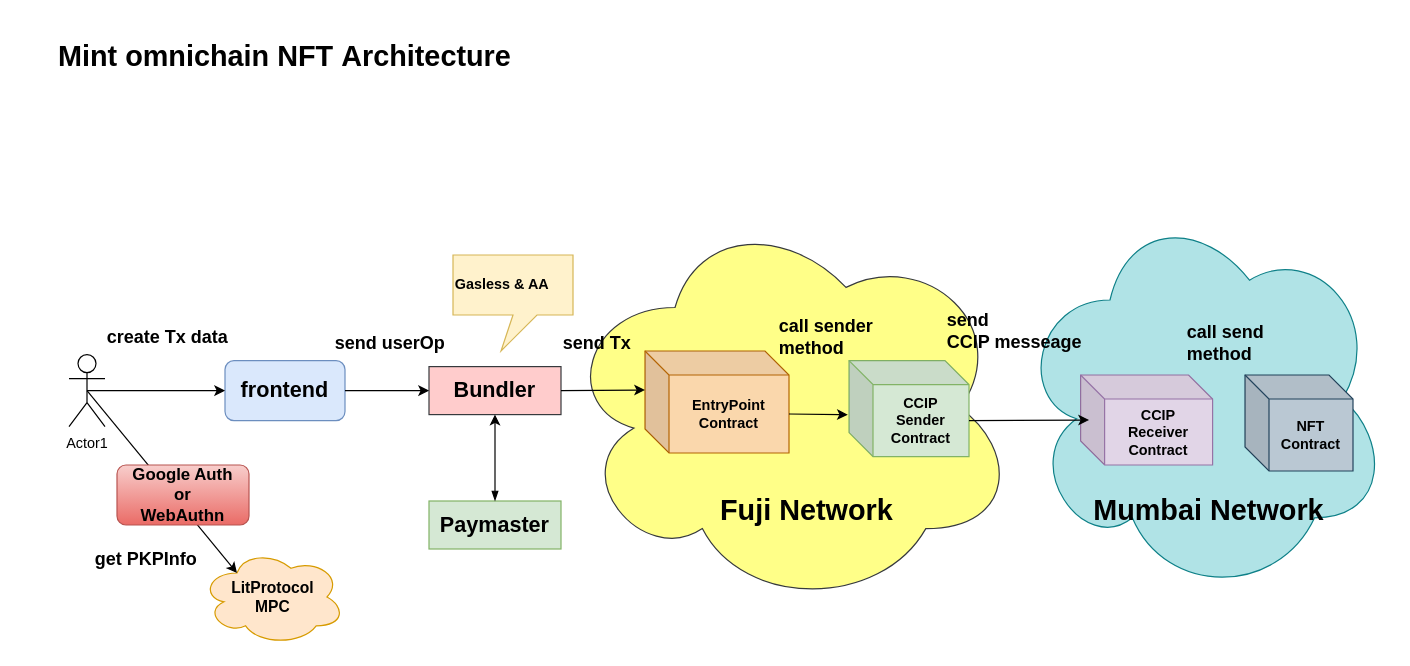
Before: page "CrossMintNFT" (4 of 4) of assets/frkt.drawio in yujiym/frkt, a draw.io diagram. Source tidied: cells renumbered, new cells numbered last; positions are measured from the earlier drawing's top-left corner, leaving out a move shared by most shapes. Both pictures are drawn from the tidied source at 120%, with x=0, y=0 at pixel (20, 20).
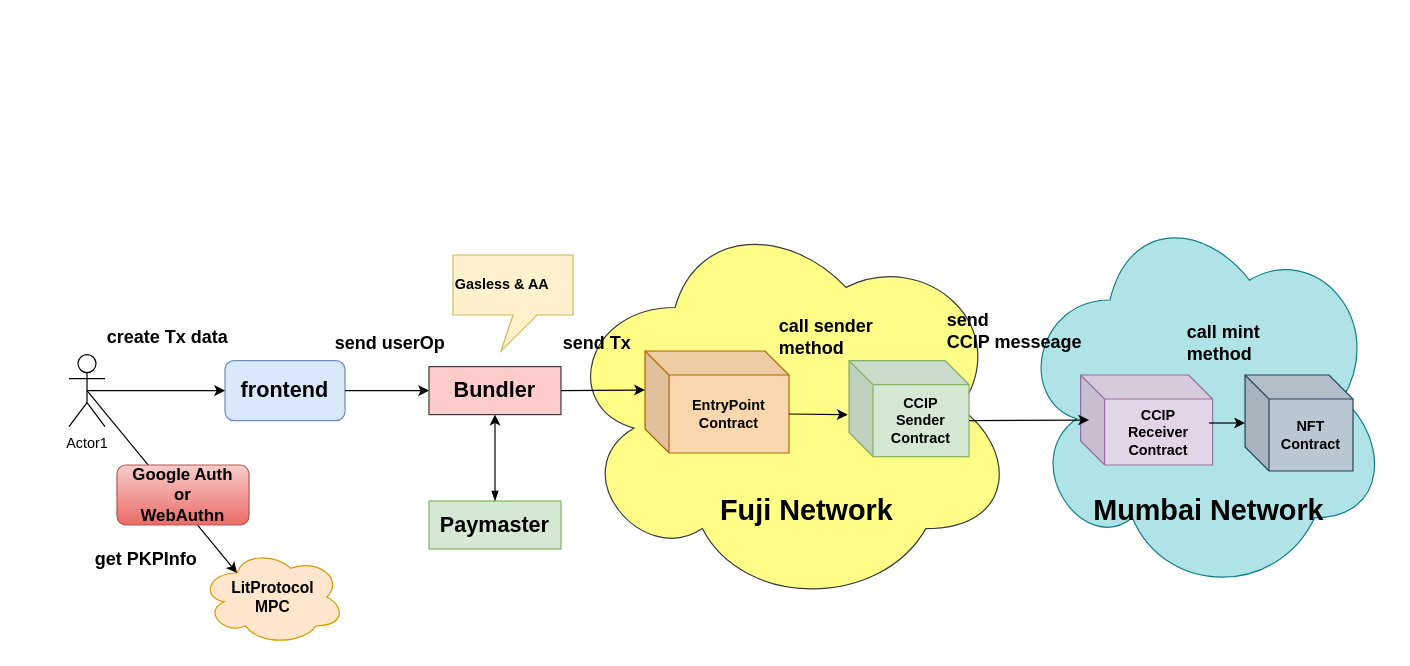
The same page after the edit.

The change refers to these unchanged cells:
```xml
<mxCell id="9" value="NFT&lt;br&gt;Contract" style="shape=cube;whiteSpace=wrap;html=1;boundedLbl=1;backgroundOutline=1;darkOpacity=0.05;darkOpacity2=0.1;fillColor=#bac8d3;strokeColor=#23445d;fontStyle=1;" parent="1" vertex="1">
  <mxGeometry x="1020" y="295" width="90" height="80" as="geometry" />
</mxCell>
```

What changed in the source:
```diff
@@
-    <mxCell id="2" value="&lt;b&gt;Mint omnichain NFT&amp;nbsp;Architecture&lt;/b&gt;" style="text;html=1;strokeColor=none;fillColor=none;align=center;verticalAlign=middle;whiteSpace=wrap;rounded=0;fontSize=24;" parent="1" vertex="1">
-      <mxGeometry width="440" height="60" as="geometry" />
-    </mxCell>
@@
-    <mxCell id="32" value="&lt;b&gt;call send method&lt;/b&gt;" style="text;html=1;strokeColor=none;fillColor=none;align=left;verticalAlign=middle;whiteSpace=wrap;rounded=0;fontSize=15;" parent="1" vertex="1">
+    <mxCell id="32" value="&lt;b&gt;call mint method&lt;/b&gt;" style="text;html=1;strokeColor=none;fillColor=none;align=left;verticalAlign=middle;whiteSpace=wrap;rounded=0;fontSize=15;" parent="1" vertex="1">
       <mxGeometry x="970" y="248" width="90" height="40" as="geometry" />
     </mxCell>
+    <mxCell id="33" style="endArrow=classic;html=1;rounded=0;" parent="1" edge="1" target="9">
+      <mxGeometry relative="1" as="geometry">
+        <mxPoint x="990" y="335" as="sourcePoint" />
+      </mxGeometry>
+    </mxCell>
```
